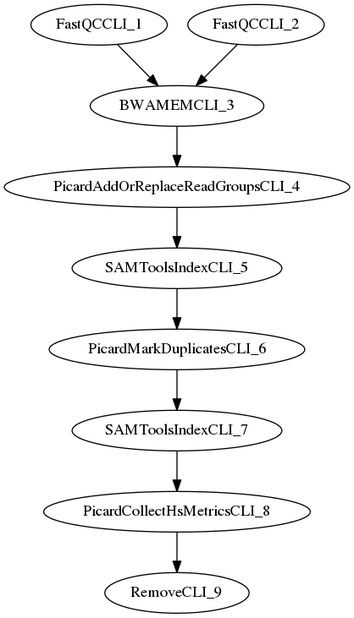
The Graphviz diagram images/workflow.dag.png in jdr0887/MaPSeq-Pipeline-NCNEXUS38-Alignment, before a commit. Its source is kept beside it as images/workflow.dag.dot.
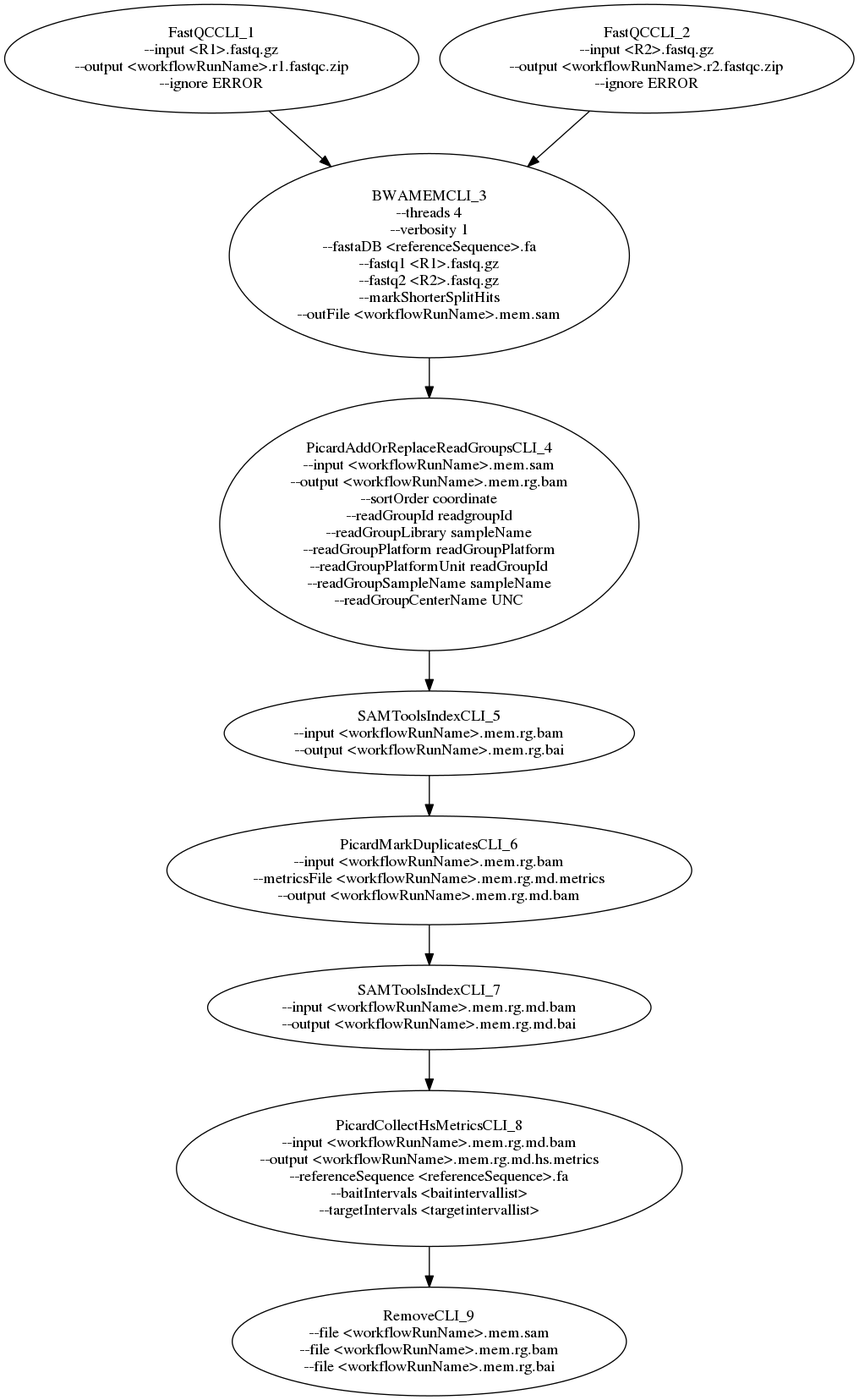
The same file after the commit.

The edit, as a diff of the source:
```diff
@@ -1,13 +1,59 @@
 digraph G {
-  FastQCCLI_1 [ label="FastQCCLI_1" ];
-  FastQCCLI_2 [ label="FastQCCLI_2" ];
-  BWAMEMCLI_3 [ label="BWAMEMCLI_3" ];
-  PicardAddOrReplaceReadGroupsCLI_4 [ label="PicardAddOrReplaceReadGroupsCLI_4" ];
-  SAMToolsIndexCLI_5 [ label="SAMToolsIndexCLI_5" ];
-  PicardMarkDuplicatesCLI_6 [ label="PicardMarkDuplicatesCLI_6" ];
-  SAMToolsIndexCLI_7 [ label="SAMToolsIndexCLI_7" ];
-  PicardCollectHsMetricsCLI_8 [ label="PicardCollectHsMetricsCLI_8" ];
-  RemoveCLI_9 [ label="RemoveCLI_9" ];
+  FastQCCLI_1 [ label="FastQCCLI_1
+--input <R1>.fastq.gz
+--output <workflowRunName>.r1.fastqc.zip
+--ignore ERROR
+" ];
+  FastQCCLI_2 [ label="FastQCCLI_2
+--input <R2>.fastq.gz
+--output <workflowRunName>.r2.fastqc.zip
+--ignore ERROR
+" ];
+  BWAMEMCLI_3 [ label="BWAMEMCLI_3
+--threads 4
+--verbosity 1
+--fastaDB <referenceSequence>.fa
+--fastq1 <R1>.fastq.gz
+--fastq2 <R2>.fastq.gz
+--markShorterSplitHits
+--outFile <workflowRunName>.mem.sam
+" ];
+  PicardAddOrReplaceReadGroupsCLI_4 [ label="PicardAddOrReplaceReadGroupsCLI_4
+--input <workflowRunName>.mem.sam
+--output <workflowRunName>.mem.rg.bam
+--sortOrder coordinate
+--readGroupId readgroupId
+--readGroupLibrary sampleName
+--readGroupPlatform readGroupPlatform
+--readGroupPlatformUnit readGroupId
+--readGroupSampleName sampleName
+--readGroupCenterName UNC
+" ];
+  SAMToolsIndexCLI_5 [ label="SAMToolsIndexCLI_5
+--input <workflowRunName>.mem.rg.bam
+--output <workflowRunName>.mem.rg.bai
+" ];
+  PicardMarkDuplicatesCLI_6 [ label="PicardMarkDuplicatesCLI_6
+--input <workflowRunName>.mem.rg.bam
+--metricsFile <workflowRunName>.mem.rg.md.metrics
+--output <workflowRunName>.mem.rg.md.bam
+" ];
+  SAMToolsIndexCLI_7 [ label="SAMToolsIndexCLI_7
+--input <workflowRunName>.mem.rg.md.bam
+--output <workflowRunName>.mem.rg.md.bai
+" ];
+  PicardCollectHsMetricsCLI_8 [ label="PicardCollectHsMetricsCLI_8
+--input <workflowRunName>.mem.rg.md.bam
+--output <workflowRunName>.mem.rg.md.hs.metrics
+--referenceSequence <referenceSequence>.fa
+--baitIntervals <baitintervallist>
+--targetIntervals <targetintervallist>
+" ];
+  RemoveCLI_9 [ label="RemoveCLI_9
+--file <workflowRunName>.mem.sam
+--file <workflowRunName>.mem.rg.bam
+--file <workflowRunName>.mem.rg.bai
+" ];
   FastQCCLI_1 -> BWAMEMCLI_3;
   FastQCCLI_2 -> BWAMEMCLI_3;
   BWAMEMCLI_3 -> PicardAddOrReplaceReadGroupsCLI_4;
```
